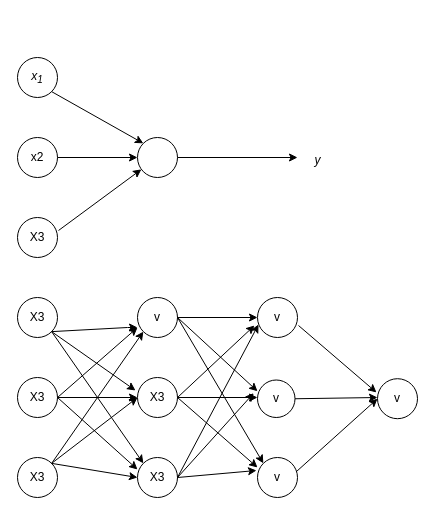
Earlier version of the draw.io diagram page "Page-1" (1 of 2) of Neural Network/Neural networks.drawio (Michael-yousuf123/deepLearning-pythorch-tensorflow). Source tidied: cells renumbered, new cells numbered last; positions are measured from the earlier drawing's top-left corner, leaving out a move shared by most shapes. Both pictures are drawn from the tidied source at 100%, with x=0, y=0 at pixel (17, 57).
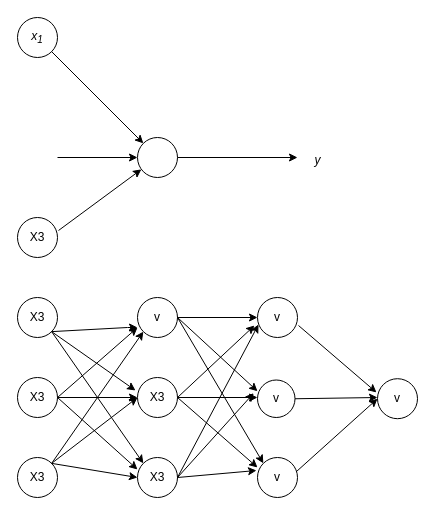
The same page after the edit.

Unchanged cells that the change refers to:
```xml
<mxCell id="5" style="ellipse;whiteSpace=wrap;html=1;" parent="1" vertex="1">
  <mxGeometry x="120" y="80" width="40" height="40" as="geometry" />
</mxCell>
```

The edit, as a diff of the source:
```diff
@@
     <mxCell id="2" value="&lt;i&gt;x&lt;sub&gt;1&lt;/sub&gt;&lt;/i&gt;" style="ellipse;whiteSpace=wrap;html=1;" parent="1" vertex="1">
-      <mxGeometry width="40" height="40" as="geometry" />
+      <mxGeometry y="-40" width="40" height="40" as="geometry" />
     </mxCell>
@@
-    <mxCell id="4" value="x2" style="ellipse;whiteSpace=wrap;html=1;" parent="1" vertex="1">
-      <mxGeometry y="80" width="40" height="40" as="geometry" />
-    </mxCell>
@@
-    <mxCell id="7" style="endArrow=classic;html=1;rounded=0;exitX=1;exitY=0.5;exitDx=0;exitDy=0;entryX=0;entryY=0.5;entryDx=0;entryDy=0;" parent="1" edge="1" source="4" target="5">
-      <mxGeometry relative="1" as="geometry" />
+    <mxCell id="7" style="endArrow=classic;html=1;rounded=0;exitX=1;exitY=0.5;exitDx=0;exitDy=0;entryX=0;entryY=0.5;entryDx=0;entryDy=0;" parent="1" edge="1" target="5">
+      <mxGeometry relative="1" as="geometry">
+        <mxPoint x="40" y="100" as="sourcePoint" />
+      </mxGeometry>
     </mxCell>
```
